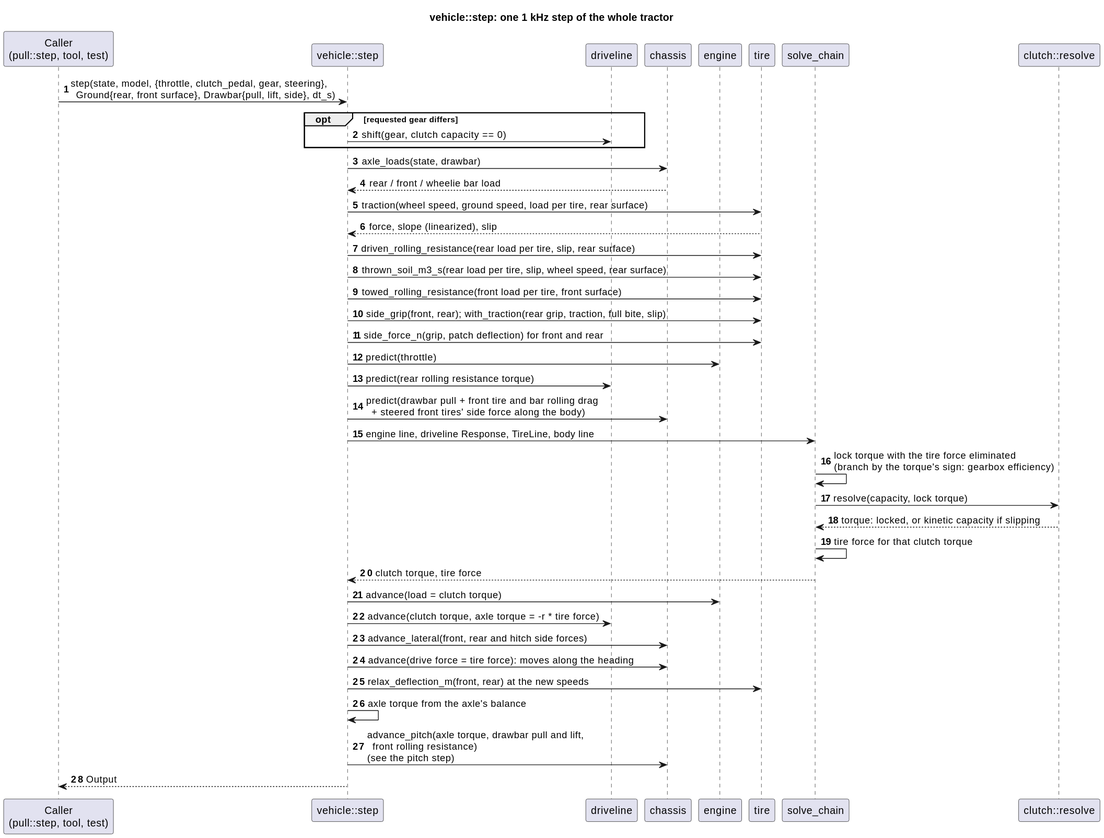
Above: docs/diagrams/svg/vehicle_step_sequence.svg in wversteeg/TractorPulling (PlantUML), before the change.
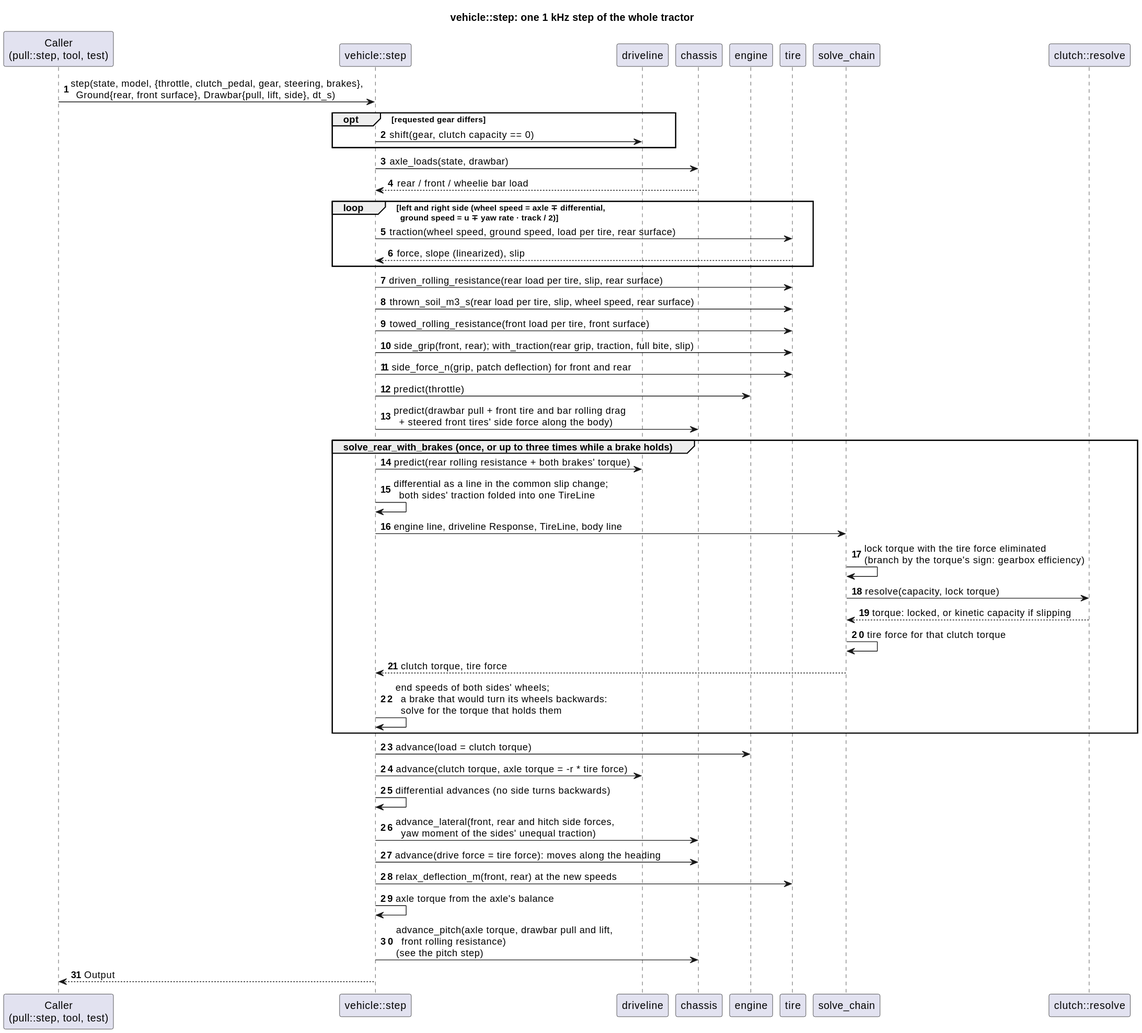
The same file after the commit.

What changed in the source:
```diff
@@ -10,31 +10,38 @@
 participant "solve_chain" as Solve
 participant "clutch::resolve" as Clutch
 
-Caller -> Step : step(state, model, {throttle, clutch_pedal, gear, steering},\n  Ground{rear, front surface}, Drawbar{pull, lift, side}, dt_s)
+Caller -> Step : step(state, model, {throttle, clutch_pedal, gear, steering, brakes},\n  Ground{rear, front surface}, Drawbar{pull, lift, side}, dt_s)
 opt requested gear differs
   Step -> Driveline : shift(gear, clutch capacity == 0)
 end
 Step -> Chassis : axle_loads(state, drawbar)
 Chassis --> Step : rear / front / wheelie bar load
-Step -> Tire : traction(wheel speed, ground speed, load per tire, rear surface)
-Tire --> Step : force, slope (linearized), slip
+loop left and right side (wheel speed = axle ∓ differential,\n  ground speed = u ∓ yaw rate · track / 2)
+  Step -> Tire : traction(wheel speed, ground speed, load per tire, rear surface)
+  Tire --> Step : force, slope (linearized), slip
+end
 Step -> Tire : driven_rolling_resistance(rear load per tire, slip, rear surface)
 Step -> Tire : thrown_soil_m3_s(rear load per tire, slip, wheel speed, rear surface)
 Step -> Tire : towed_rolling_resistance(front load per tire, front surface)
 Step -> Tire : side_grip(front, rear); with_traction(rear grip, traction, full bite, slip)
 Step -> Tire : side_force_n(grip, patch deflection) for front and rear
 Step -> Engine : predict(throttle)
-Step -> Driveline : predict(rear rolling resistance torque)
 Step -> Chassis : predict(drawbar pull + front tire and bar rolling drag\n  + steered front tires' side force along the body)
+group solve_rear_with_brakes (once, or up to three times while a brake holds)
+Step -> Driveline : predict(rear rolling resistance + both brakes' torque)
+Step -> Step : differential as a line in the common slip change;\n  both sides' traction folded into one TireLine
 Step -> Solve : engine line, driveline Response, TireLine, body line
 Solve -> Solve : lock torque with the tire force eliminated\n(branch by the torque's sign: gearbox efficiency)
 Solve -> Clutch : resolve(capacity, lock torque)
 Clutch --> Solve : torque: locked, or kinetic capacity if slipping
 Solve -> Solve : tire force for that clutch torque
 Solve --> Step : clutch torque, tire force
+Step -> Step : end speeds of both sides' wheels;\n  a brake that would turn its wheels backwards:\n  solve for the torque that holds them
+end
 Step -> Engine : advance(load = clutch torque)
 Step -> Driveline : advance(clutch torque, axle torque = -r * tire force)
-Step -> Chassis : advance_lateral(front, rear and hitch side forces)
+Step -> Step : differential advances (no side turns backwards)
+Step -> Chassis : advance_lateral(front, rear and hitch side forces,\n  yaw moment of the sides' unequal traction)
 Step -> Chassis : advance(drive force = tire force): moves along the heading
 Step -> Tire : relax_deflection_m(front, rear) at the new speeds
 Step -> Step : axle torque from the axle's balance
```
